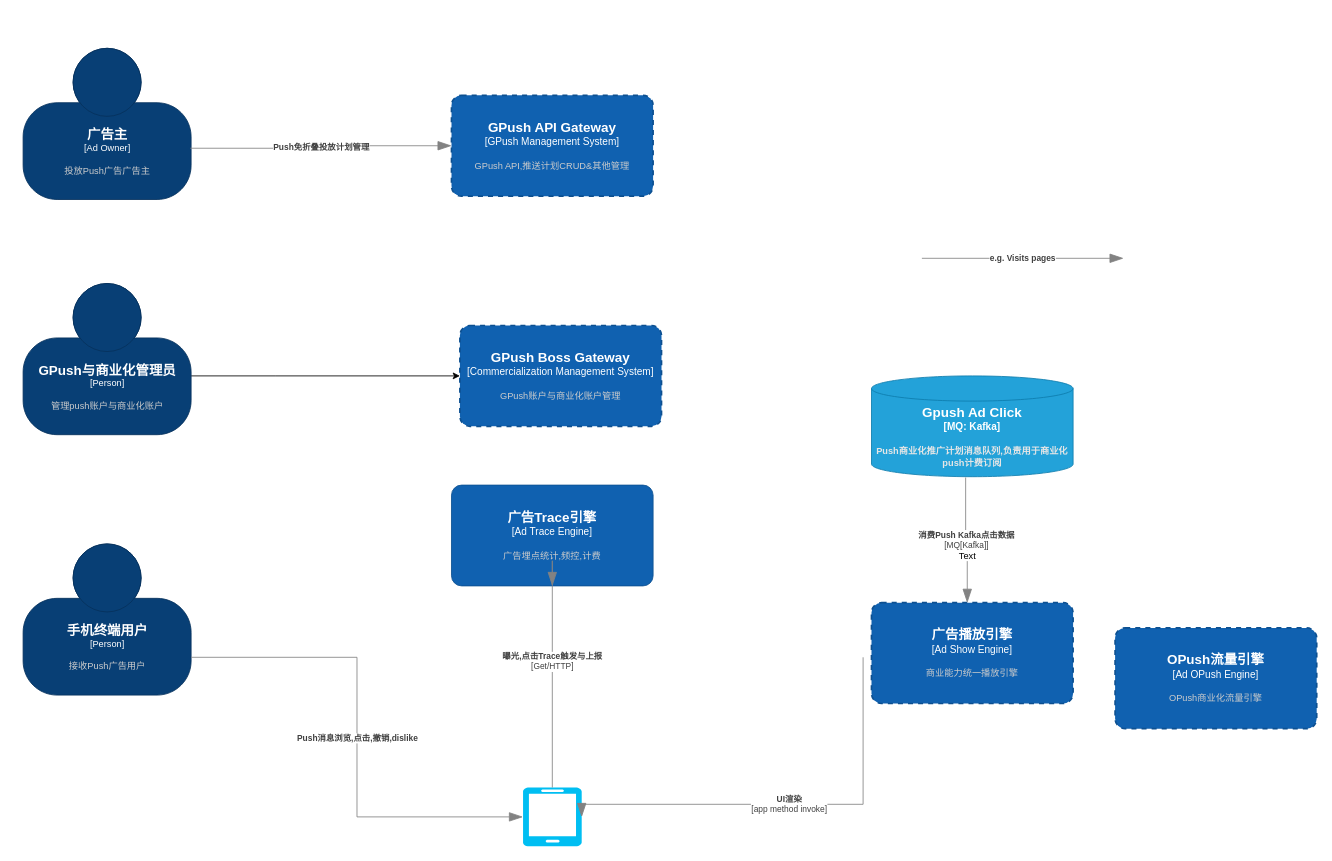
Earlier version of the draw.io diagram page "V1-Context" (7 of 8) of universal-engine/OPush.drawio (karlchan-cn/drawio-repository). Source tidied: cells renumbered, new cells numbered last; positions are measured from the earlier drawing's top-left corner, leaving out a move shared by most shapes. Both pictures are drawn from the tidied source at 84%, with x=0, y=0 at pixel (23, 48).
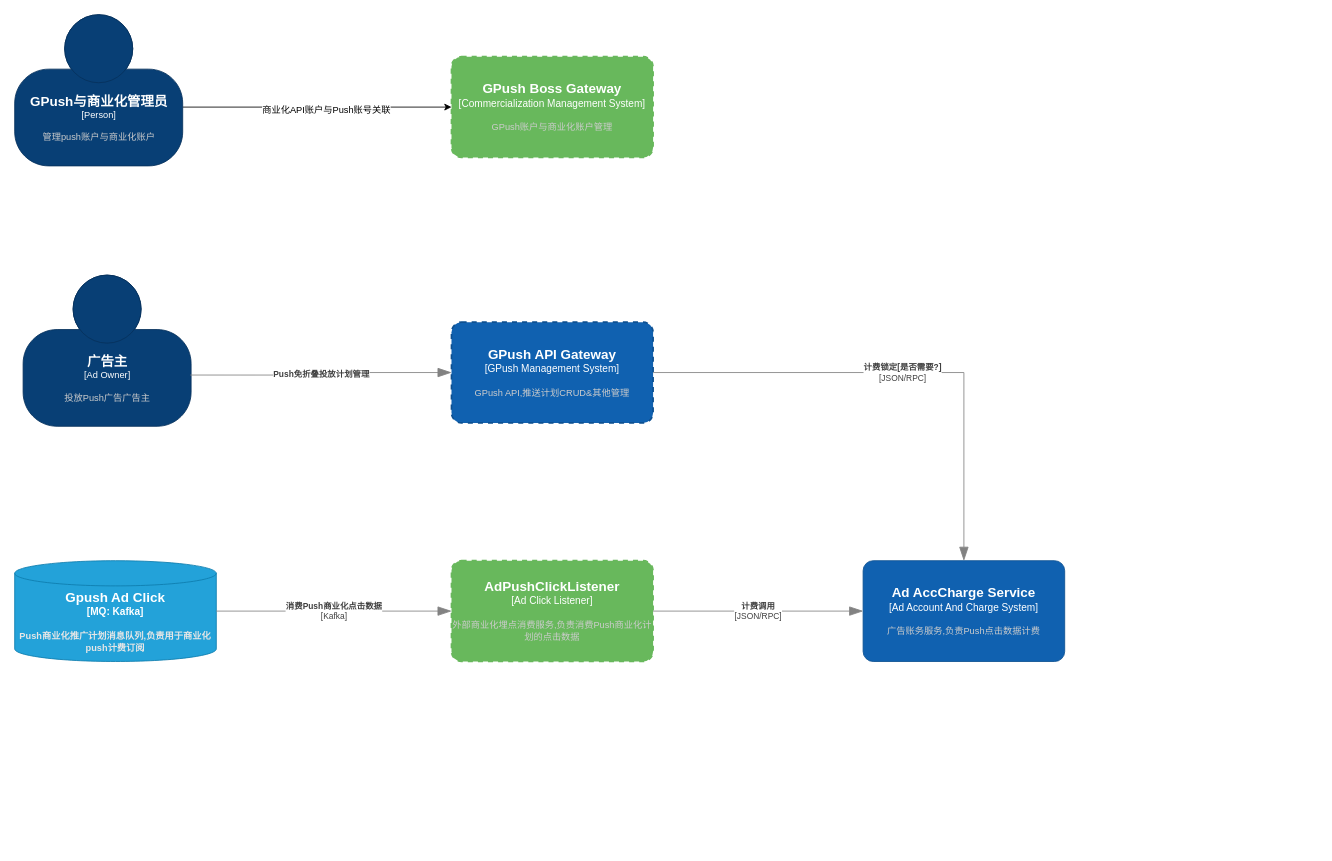
Above is the later version.

What changed in the source:
```diff
@@
     <object id="2" label="&lt;font style=&quot;font-size: 16px&quot;&gt;&lt;b&gt;%c4Name%&lt;/b&gt;&lt;/font&gt;&lt;div&gt;[%c4Type%]&lt;/div&gt;&lt;br&gt;&lt;div&gt;&lt;font style=&quot;font-size: 11px&quot;&gt;&lt;font color=&quot;#cccccc&quot;&gt;%c4Description%&lt;/font&gt;&lt;/div&gt;" c4Description="投放Push广告广告主" c4Name="广告主" c4Type="Ad Owner" placeholders="1">
       <mxCell style="html=1;fontSize=11;dashed=0;whitespace=wrap;fillColor=#083F75;strokeColor=#06315C;fontColor=#ffffff;shape=mxgraph.c4.person2;align=center;points=[[0.5,0,0],[1,0.5,0],[1,0.75,0],[0.75,1,0],[0.5,1,0],[0.25,1,0],[0,0.75,0],[0,0.5,0]];" parent="1" vertex="1">
-        <mxGeometry width="200" height="180" as="geometry" />
+        <mxGeometry y="270" width="200" height="180" as="geometry" />
       </mxCell>
     </object>
-    <object id="3" label="&lt;font style=&quot;font-size: 16px&quot;&gt;&lt;b&gt;%c4Name%&lt;/b&gt;&lt;/font&gt;&lt;div&gt;[%c4Type%]&lt;/div&gt;&lt;br&gt;&lt;div&gt;&lt;font style=&quot;font-size: 11px&quot;&gt;&lt;font color=&quot;#cccccc&quot;&gt;%c4Description%&lt;/font&gt;&lt;/div&gt;" c4Description="接收Push广告用户" c4Name="手机终端用户" c4Type="Person" placeholders="1">
-      <mxCell style="html=1;fontSize=11;dashed=0;whitespace=wrap;fillColor=#083F75;strokeColor=#06315C;fontColor=#ffffff;shape=mxgraph.c4.person2;align=center;points=[[0.5,0,0],[1,0.5,0],[1,0.75,0],[0.75,1,0],[0.5,1,0],[0.25,1,0],[0,0.75,0],[0,0.5,0]];" parent="1" vertex="1">
-        <mxGeometry y="590" width="200" height="180" as="geometry" />
-      </mxCell>
-    </object>
     <object id="4" label="&lt;font style=&quot;font-size: 16px&quot;&gt;&lt;b&gt;%c4Name%&lt;/b&gt;&lt;/font&gt;&lt;div&gt;[%c4Type%]&lt;/div&gt;&lt;br&gt;&lt;div&gt;&lt;font style=&quot;font-size: 11px&quot;&gt;&lt;font color=&quot;#cccccc&quot;&gt;%c4Description%&lt;/font&gt;&lt;/div&gt;" c4Description="GPush API,推送计划CRUD&amp;其他管理" c4Name="GPush API Gateway" c4Type="GPush Management System" placeholders="1">
       <mxCell style="rounded=1;whiteSpace=wrap;html=1;labelBackgroundColor=none;fillColor=#1061B0;fontColor=#ffffff;align=center;arcSize=10;strokeColor=#0D5091;points=[[0.25,0,0],[0.5,0,0],[0.75,0,0],[1,0.25,0],[1,0.5,0],[1,0.75,0],[0.75,1,0],[0.5,1,0],[0.25,1,0],[0,0.75,0],[0,0.5,0],[0,0.25,0]];dashed=1;strokeWidth=2;" parent="1" vertex="1">
-        <mxGeometry x="510" y="56" width="240" height="120" as="geometry" />
+        <mxGeometry x="510" y="326" width="240" height="120" as="geometry" />
       </mxCell>
     </object>
@@
-    <mxCell id="6" style="verticalLabelPosition=bottom;html=1;verticalAlign=top;align=center;strokeColor=none;fillColor=#00BEF2;shape=mxgraph.azure.mobile;" parent="1" vertex="1">
-      <mxGeometry x="595" y="880" width="70" height="70" as="geometry" />
-    </mxCell>
-    <object id="7" label="&lt;div style=&quot;text-align: left&quot;&gt;&lt;div style=&quot;text-align: center&quot;&gt;&lt;b&gt;%c4Description%&lt;/b&gt;&lt;/div&gt;&lt;div style=&quot;text-align: center&quot;&gt;[%c4Technology%]&lt;/div&gt;&lt;/div&gt;" c4Description="UI渲染" c4Technology="app method invoke" placeholders="1">
-      <mxCell style="endArrow=blockThin;html=1;fontSize=10;fontColor=#404040;strokeWidth=1;endFill=1;strokeColor=#828282;elbow=vertical;endSize=14;startSize=14;jumpStyle=arc;jumpSize=16;rounded=0;edgeStyle=orthogonalEdgeStyle;entryX=1;entryY=0.5;entryDx=0;entryDy=0;entryPerimeter=0;exitX=0;exitY=0.5;exitDx=0;exitDy=0;exitPerimeter=0;" parent="1" edge="1" target="6">
-        <mxGeometry relative="1" as="geometry">
-          <mxPoint x="1000" y="725" as="sourcePoint" />
-          <Array as="points">
-            <mxPoint x="1000" y="900" />
-            <mxPoint x="665" y="900" />
-          </Array>
-        </mxGeometry>
-      </mxCell>
-    </object>
-    <object id="8" label="&lt;div style=&quot;text-align: left&quot;&gt;&lt;div style=&quot;text-align: center&quot;&gt;&lt;b&gt;%c4Description%&lt;/b&gt;&lt;/div&gt;" c4Description="Push消息浏览,点击,撤销,dislike" placeholders="1">
-      <mxCell style="endArrow=blockThin;html=1;fontSize=10;fontColor=#404040;strokeWidth=1;endFill=1;strokeColor=#828282;elbow=vertical;endSize=14;startSize=14;jumpStyle=arc;jumpSize=16;rounded=0;edgeStyle=orthogonalEdgeStyle;entryX=0;entryY=0.5;entryDx=0;entryDy=0;entryPerimeter=0;exitX=1;exitY=0.75;exitDx=0;exitDy=0;exitPerimeter=0;" parent="1" edge="1" source="3" target="6">
-        <mxGeometry relative="1" as="geometry" />
-      </mxCell>
-    </object>
-    <object id="9" label="&lt;font style=&quot;font-size: 16px&quot;&gt;&lt;b&gt;%c4Name%&lt;/b&gt;&lt;/font&gt;&lt;div&gt;[%c4Type%]&lt;/div&gt;&lt;br&gt;&lt;div&gt;&lt;font style=&quot;font-size: 11px&quot;&gt;&lt;font color=&quot;#cccccc&quot;&gt;%c4Description%&lt;/font&gt;&lt;/div&gt;" c4Description="OPush商业化流量引擎" c4Name="OPush流量引擎" c4Type="Ad OPush Engine" placeholders="1">
-      <mxCell style="rounded=1;whiteSpace=wrap;html=1;labelBackgroundColor=none;fillColor=#1061B0;fontColor=#ffffff;align=center;arcSize=10;strokeColor=#0D5091;dashed=1;strokeWidth=2;" parent="1" vertex="1">
-        <mxGeometry x="1300" y="690" width="240" height="120" as="geometry" />
-      </mxCell>
-    </object>
-    <object id="10" label="&lt;font style=&quot;font-size: 16px&quot;&gt;&lt;b&gt;%c4Name%&lt;/b&gt;&lt;/font&gt;&lt;div&gt;[%c4Type%]&lt;/div&gt;&lt;br&gt;&lt;div&gt;&lt;font style=&quot;font-size: 11px&quot;&gt;&lt;font color=&quot;#cccccc&quot;&gt;%c4Description%&lt;/font&gt;&lt;/div&gt;" c4Description="商业能力统一播放引擎" c4Name="广告播放引擎" c4Type="Ad Show Engine" placeholders="1">
-      <mxCell style="rounded=1;whiteSpace=wrap;html=1;labelBackgroundColor=none;fillColor=#1061B0;fontColor=#ffffff;align=center;arcSize=10;strokeColor=#0D5091;points=[[0.25,0,0],[0.5,0,0],[0.75,0,0],[1,0.25,0],[1,0.5,0],[1,0.75,0],[0.75,1,0],[0.5,1,0],[0.25,1,0],[0,0.75,0],[0,0.5,0],[0,0.25,0]];dashed=1;strokeWidth=2;" parent="1" vertex="1">
-        <mxGeometry x="1010" y="660" width="240" height="120" as="geometry" />
+    <object id="10" label="&lt;font style=&quot;font-size: 16px&quot;&gt;&lt;b&gt;%c4Name%&lt;/b&gt;&lt;/font&gt;&lt;div&gt;[%c4Type%]&lt;/div&gt;&lt;br&gt;&lt;div&gt;&lt;font style=&quot;font-size: 11px&quot;&gt;&lt;font color=&quot;#cccccc&quot;&gt;%c4Description%&lt;/font&gt;&lt;/div&gt;" c4Description="外部商业化埋点消费服务,负责消费Push商业化计划的点击数据" c4Name="AdPushClickListener" c4Type="Ad Click Listener" placeholders="1">
+      <mxCell style="rounded=1;whiteSpace=wrap;html=1;labelBackgroundColor=none;fillColor=#68B85C;fontColor=#ffffff;align=center;arcSize=10;strokeColor=#68B85C;points=[[0.25,0,0],[0.5,0,0],[0.75,0,0],[1,0.25,0],[1,0.5,0],[1,0.75,0],[0.75,1,0],[0.5,1,0],[0.25,1,0],[0,0.75,0],[0,0.5,0],[0,0.25,0]];dashed=1;strokeWidth=2;" parent="1" vertex="1">
+        <mxGeometry x="510" y="610" width="240" height="120" as="geometry" />
       </mxCell>
     </object>
-    <object id="11" label="&lt;font style=&quot;font-size: 16px&quot;&gt;&lt;b&gt;%c4Name%&lt;/b&gt;&lt;/font&gt;&lt;div&gt;[%c4Type%]&lt;/div&gt;&lt;br&gt;&lt;div&gt;&lt;font style=&quot;font-size: 11px&quot;&gt;&lt;font color=&quot;#cccccc&quot;&gt;%c4Description%&lt;/font&gt;&lt;/div&gt;" c4Description="广告埋点统计,频控,计费" c4Name="广告Trace引擎" c4Type="Ad Trace Engine" placeholders="1">
-      <mxCell style="rounded=1;whiteSpace=wrap;html=1;labelBackgroundColor=none;fillColor=#1061B0;fontColor=#ffffff;align=center;arcSize=10;strokeColor=#0D5091;points=[[0.25,0,0],[0.5,0,0],[0.75,0,0],[1,0.25,0],[1,0.5,0],[1,0.75,0],[0.75,1,0],[0.5,1,0],[0.25,1,0],[0,0.75,0],[0,0.5,0],[0,0.25,0]];" parent="1" vertex="1">
-        <mxGeometry x="510" y="520" width="240" height="120" as="geometry" />
-      </mxCell>
-    </object>
-    <object id="12" label="&lt;div style=&quot;text-align: left&quot;&gt;&lt;div style=&quot;text-align: center&quot;&gt;&lt;b&gt;%c4Description%&lt;/b&gt;&lt;/div&gt;&lt;div style=&quot;text-align: center&quot;&gt;[%c4Technology%]&lt;/div&gt;&lt;/div&gt;" c4Description="曝光,点击Trace触发与上报" c4Technology="Get/HTTP" placeholders="1">
-      <mxCell style="endArrow=blockThin;html=1;fontSize=10;fontColor=#404040;strokeWidth=1;endFill=1;strokeColor=#828282;elbow=vertical;endSize=14;startSize=14;jumpStyle=arc;jumpSize=16;rounded=0;edgeStyle=orthogonalEdgeStyle;entryX=0.5;entryY=1;entryDx=0;entryDy=0;entryPerimeter=0;exitX=0.5;exitY=0;exitDx=0;exitDy=0;exitPerimeter=0;" parent="1" edge="1" source="6" target="11">
-        <mxGeometry relative="1" as="geometry">
-          <Array as="points">
-            <mxPoint x="630" y="610" />
-            <mxPoint x="630" y="610" />
-          </Array>
-        </mxGeometry>
-      </mxCell>
-    </object>
     <object id="13" label="&lt;font style=&quot;font-size: 16px&quot;&gt;&lt;b&gt;%c4Name%&lt;/b&gt;&lt;/font&gt;&lt;div&gt;[%c4Type%]&lt;/div&gt;&lt;br&gt;&lt;div&gt;&lt;font style=&quot;font-size: 11px&quot;&gt;&lt;font color=&quot;#cccccc&quot;&gt;%c4Description%&lt;/font&gt;&lt;/div&gt;" c4Description="GPush账户与商业化账户管理" c4Name="GPush Boss Gateway" c4Type="Commercialization Management System" placeholders="1">
-      <mxCell style="rounded=1;whiteSpace=wrap;html=1;labelBackgroundColor=none;fillColor=#1061B0;fontColor=#ffffff;align=center;arcSize=10;strokeColor=#0D5091;points=[[0.25,0,0],[0.5,0,0],[0.75,0,0],[1,0.25,0],[1,0.5,0],[1,0.75,0],[0.75,1,0],[0.5,1,0],[0.25,1,0],[0,0.75,0],[0,0.5,0],[0,0.25,0]];dashed=1;strokeWidth=2;" parent="1" vertex="1">
-        <mxGeometry x="520" y="330" width="240" height="120" as="geometry" />
+      <mxCell style="rounded=1;whiteSpace=wrap;html=1;labelBackgroundColor=none;fillColor=#68B85C;fontColor=#ffffff;align=center;arcSize=10;strokeColor=#68B85C;points=[[0.25,0,0],[0.5,0,0],[0.75,0,0],[1,0.25,0],[1,0.5,0],[1,0.75,0],[0.75,1,0],[0.5,1,0],[0.25,1,0],[0,0.75,0],[0,0.5,0],[0,0.25,0]];dashed=1;strokeWidth=2;" parent="1" vertex="1">
+        <mxGeometry x="510" y="10" width="240" height="120" as="geometry" />
       </mxCell>
     </object>
     <mxCell id="14" style="edgeStyle=orthogonalEdgeStyle;rounded=0;jettySize=auto;html=1;entryX=0;entryY=0.5;entryDx=0;entryDy=0;entryPerimeter=0;" parent="1" edge="1" source="15" target="13">
       <mxGeometry relative="1" as="geometry">
         <Array as="points">
-          <mxPoint x="300" y="390" />
-          <mxPoint x="300" y="390" />
+          <mxPoint x="290" y="70" />
+          <mxPoint x="290" y="70" />
         </Array>
       </mxGeometry>
     </mxCell>
+    <mxCell id="20" value="商业化API账户与Push账号关联" style="edgeLabel;html=1;align=center;verticalAlign=middle;" parent="14" vertex="1">
+      <mxGeometry x="0.06" y="-3" relative="1" as="geometry" />
+    </mxCell>
     <object id="15" label="&lt;font style=&quot;font-size: 16px&quot;&gt;&lt;b&gt;%c4Name%&lt;/b&gt;&lt;/font&gt;&lt;div&gt;[%c4Type%]&lt;/div&gt;&lt;br&gt;&lt;div&gt;&lt;font style=&quot;font-size: 11px&quot;&gt;&lt;font color=&quot;#cccccc&quot;&gt;%c4Description%&lt;/font&gt;&lt;/div&gt;" c4Description="管理push账户与商业化账户" c4Name="GPush与商业化管理员" c4Type="Person" placeholders="1">
       <mxCell style="html=1;fontSize=11;dashed=0;whitespace=wrap;fillColor=#083F75;strokeColor=#06315C;fontColor=#ffffff;shape=mxgraph.c4.person2;align=center;points=[[0.5,0,0],[1,0.5,0],[1,0.75,0],[0.75,1,0],[0.5,1,0],[0.25,1,0],[0,0.75,0],[0,0.5,0]];" parent="1" vertex="1">
-        <mxGeometry y="280" width="200" height="180" as="geometry" />
+        <mxGeometry x="-10" y="-40" width="200" height="180" as="geometry" />
       </mxCell>
     </object>
     <object id="16" label="&lt;font style=&quot;font-size: 16px&quot;&gt;&lt;b&gt;%c4Type%&lt;/font&gt;&lt;div&gt;[%c4Container%:&amp;nbsp;%c4Technology%]&lt;/div&gt;&lt;br&gt;&lt;div&gt;&lt;font style=&quot;font-size: 11px&quot;&gt;&lt;font color=&quot;#E6E6E6&quot;&gt;%c4Description%&lt;/font&gt;&lt;/div&gt;" c4Container="MQ" c4Description="Push商业化推广计划消息队列,负责用于商业化push计费订阅" c4Technology="Kafka" c4Type="Gpush Ad Click" placeholders="1">
       <mxCell style="shape=cylinder3;size=15;whiteSpace=wrap;html=1;boundedLbl=1;rounded=0;labelBackgroundColor=none;fillColor=#23A2D9;fontSize=12;fontColor=#ffffff;align=center;strokeColor=#0E7DAD;points=[[0.5,0,0],[1,0.25,0],[1,0.5,0],[1,0.75,0],[0.5,1,0],[0,0.75,0],[0,0.5,0],[0,0.25,0]];" parent="1" vertex="1">
-        <mxGeometry x="1010" y="390" width="240" height="120" as="geometry" />
+        <mxGeometry x="-10" y="610" width="240" height="120" as="geometry" />
       </mxCell>
     </object>
-    <object id="17" label="&lt;div style=&quot;text-align: left&quot;&gt;&lt;div style=&quot;text-align: center&quot;&gt;&lt;b&gt;%c4Description%&lt;/b&gt;&lt;/div&gt;" c4Description="e.g. Visits pages" placeholders="1">
-      <mxCell style="endArrow=blockThin;html=1;fontSize=10;fontColor=#404040;strokeWidth=1;endFill=1;strokeColor=#828282;elbow=vertical;endSize=14;startSize=14;jumpStyle=arc;jumpSize=16;rounded=0;edgeStyle=orthogonalEdgeStyle;" parent="1" edge="1">
-        <mxGeometry relative="1" as="geometry">
-          <mxPoint x="1070" y="250" as="sourcePoint" />
-          <mxPoint x="1310" y="250" as="targetPoint" />
-        </mxGeometry>
-      </mxCell>
-    </object>
-    <object id="18" label="&lt;div style=&quot;text-align: left&quot;&gt;&lt;div style=&quot;text-align: center&quot;&gt;&lt;b&gt;%c4Description%&lt;/b&gt;&lt;/div&gt;&lt;div style=&quot;text-align: center&quot;&gt;[%c4Technology%]&lt;/div&gt;&lt;/div&gt;" c4Description="消费Push Kafka点击数据" c4Technology="MQ[Kafka]" placeholders="1">
-      <mxCell style="endArrow=blockThin;html=1;fontSize=10;fontColor=#404040;strokeWidth=1;endFill=1;strokeColor=#828282;elbow=vertical;endSize=14;startSize=14;jumpStyle=arc;jumpSize=16;rounded=0;edgeStyle=orthogonalEdgeStyle;entryX=0.475;entryY=0;entryDx=0;entryDy=0;entryPerimeter=0;exitX=0.467;exitY=1.008;exitDx=0;exitDy=0;exitPerimeter=0;" parent="1" edge="1" source="16" target="10">
+    <object id="18" label="&lt;div style=&quot;text-align: left&quot;&gt;&lt;div style=&quot;text-align: center&quot;&gt;&lt;b&gt;%c4Description%&lt;/b&gt;&lt;/div&gt;&lt;div style=&quot;text-align: center&quot;&gt;[%c4Technology%]&lt;/div&gt;&lt;/div&gt;" c4Description="消费Push商业化点击数据" c4Technology="Kafka" placeholders="1">
+      <mxCell style="endArrow=blockThin;html=1;fontSize=10;fontColor=#404040;strokeWidth=1;endFill=1;strokeColor=#828282;elbow=vertical;endSize=14;startSize=14;jumpStyle=arc;jumpSize=16;rounded=0;edgeStyle=orthogonalEdgeStyle;exitX=1;exitY=0.5;exitDx=0;exitDy=0;exitPerimeter=0;" parent="1" edge="1" source="16" target="10">
         <mxGeometry relative="1" as="geometry" />
       </mxCell>
     </object>
-    <mxCell id="19" value="Text" style="edgeLabel;html=1;align=center;verticalAlign=middle;" parent="18" vertex="1">
-      <mxGeometry x="0.24" y="-1" relative="1" as="geometry" />
-    </mxCell>
+    <object id="11" label="&lt;font style=&quot;font-size: 16px&quot;&gt;&lt;b&gt;%c4Name%&lt;/b&gt;&lt;/font&gt;&lt;div&gt;[%c4Type%]&lt;/div&gt;&lt;br&gt;&lt;div&gt;&lt;font style=&quot;font-size: 11px&quot;&gt;&lt;font color=&quot;#cccccc&quot;&gt;%c4Description%&lt;/font&gt;&lt;/div&gt;" c4Description="广告账务服务,负责Push点击数据计费" c4Name="Ad AccCharge Service" c4Type="Ad Account And Charge System" placeholders="1">
+      <mxCell style="rounded=1;whiteSpace=wrap;html=1;labelBackgroundColor=none;fillColor=#1061B0;fontColor=#ffffff;align=center;arcSize=10;strokeColor=#0D5091;points=[[0.25,0,0],[0.5,0,0],[0.75,0,0],[1,0.25,0],[1,0.5,0],[1,0.75,0],[0.75,1,0],[0.5,1,0],[0.25,1,0],[0,0.75,0],[0,0.5,0],[0,0.25,0]];" parent="1" vertex="1">
+        <mxGeometry x="1000" y="610" width="240" height="120" as="geometry" />
+      </mxCell>
+    </object>
+    <object id="21" label="&lt;div style=&quot;text-align: left&quot;&gt;&lt;div style=&quot;text-align: center&quot;&gt;&lt;b&gt;%c4Description%&lt;/b&gt;&lt;/div&gt;&lt;div style=&quot;text-align: center&quot;&gt;[%c4Technology%]&lt;/div&gt;&lt;/div&gt;" c4Description="计费调用" c4Technology="JSON/RPC" placeholders="1">
+      <mxCell style="endArrow=blockThin;html=1;fontSize=10;fontColor=#404040;strokeWidth=1;endFill=1;strokeColor=#828282;elbow=vertical;endSize=14;startSize=14;jumpStyle=arc;jumpSize=16;rounded=0;edgeStyle=orthogonalEdgeStyle;exitX=1;exitY=0.5;exitDx=0;exitDy=0;exitPerimeter=0;" parent="1" edge="1" source="10">
+        <mxGeometry relative="1" as="geometry">
+          <mxPoint x="1000" y="670" as="targetPoint" />
+        </mxGeometry>
+      </mxCell>
+    </object>
+    <object id="22" label="&lt;div style=&quot;text-align: left&quot;&gt;&lt;div style=&quot;text-align: center&quot;&gt;&lt;b&gt;%c4Description%&lt;/b&gt;&lt;/div&gt;&lt;div style=&quot;text-align: center&quot;&gt;[%c4Technology%]&lt;/div&gt;&lt;/div&gt;" c4Description="计费锁定[是否需要?]" c4Technology="JSON/RPC" placeholders="1">
+      <mxCell style="endArrow=blockThin;html=1;fontSize=10;fontColor=#404040;strokeWidth=1;endFill=1;strokeColor=#828282;elbow=vertical;endSize=14;startSize=14;jumpStyle=arc;jumpSize=16;rounded=0;edgeStyle=orthogonalEdgeStyle;entryX=0.5;entryY=0;entryDx=0;entryDy=0;entryPerimeter=0;" parent="1" edge="1" source="4" target="11">
+        <mxGeometry relative="1" as="geometry" />
+      </mxCell>
+    </object>
```
